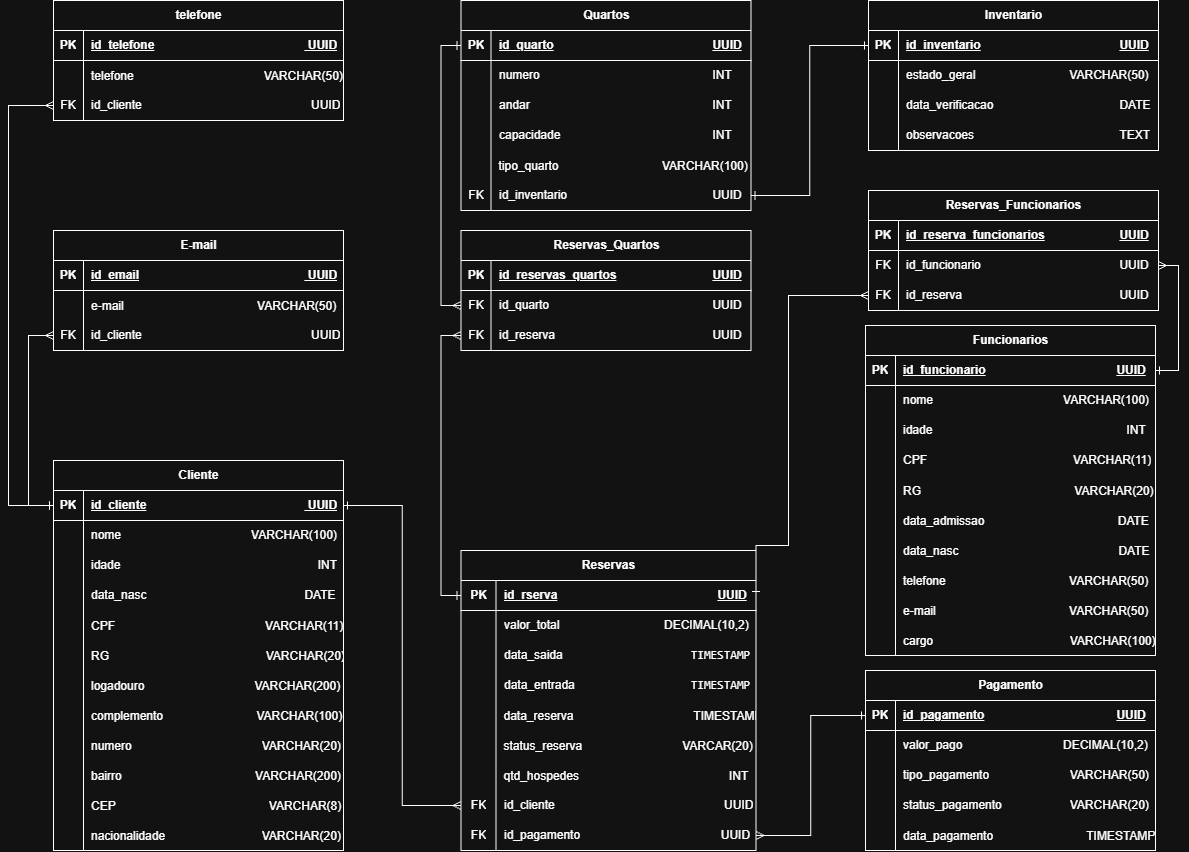
Before: 03-modelagem-logica/Modelagem_logica_sistema_reserva_hotel.drawio.png, a diagram exported from draw.io (Kaua-Gl/Modelagem-completa-Sistema-de-Reservas-de-Hotel-PostgreSQL-). Source tidied: cells renumbered, new cells last; positions are measured from the earlier drawing's top-left corner, leaving out a move shared by most shapes.
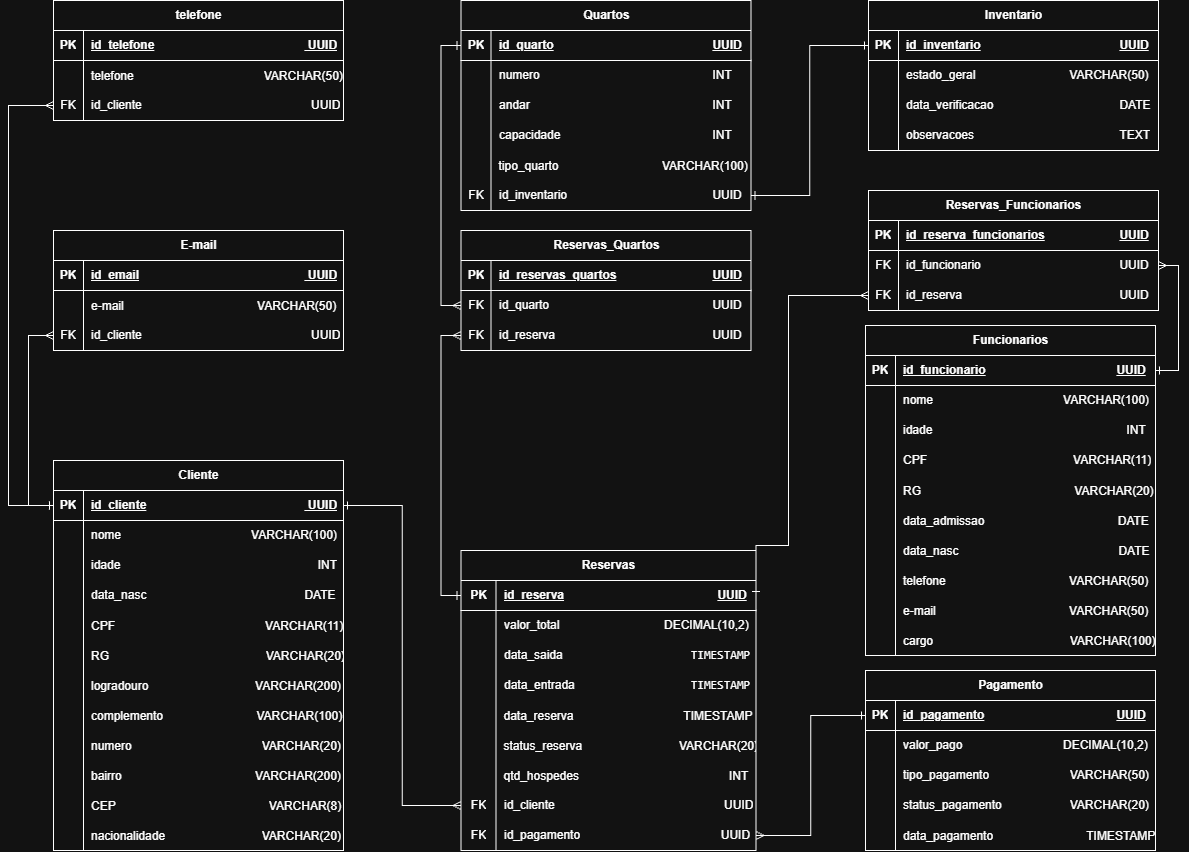
After the commit.

Commit message:
Correção dos arquivos da modelagem logica do sistema

Diff of the diagram source:
```diff
@@ -65,7 +65,7 @@
     <mxCell id="22" style="shape=partialRectangle;fillColor=none;top=0;left=0;bottom=0;right=0;overflow=hidden;" parent="21" vertex="1">
       <mxGeometry width="30" height="30" as="geometry" />
     </mxCell>
-    <mxCell id="23" value="logadouro                                 VARCHAR(200)                                           " style="shape=partialRectangle;fillColor=none;top=0;left=0;bottom=0;right=0;align=left;spacingLeft=6;overflow=hidden;" parent="21" vertex="1">
+    <mxCell id="23" value="logradouro                                VARCHAR(200)                                           " style="shape=partialRectangle;fillColor=none;top=0;left=0;bottom=0;right=0;align=left;spacingLeft=6;overflow=hidden;" parent="21" vertex="1">
       <mxGeometry x="30" width="260" height="30" as="geometry" />
     </mxCell>
     <mxCell id="24" style="shape=tableRow;horizontal=0;startSize=0;swimlaneHead=0;swimlaneBody=0;fillColor=none;top=0;left=0;right=0;bottom=0;" parent="2" vertex="1">
@@ -122,7 +122,7 @@
     <mxCell id="41" value="PK" style="shape=partialRectangle;fillColor=none;top=0;left=0;bottom=0;right=0;fontStyle=1;overflow=hidden;whiteSpace=wrap;html=1;" parent="40" vertex="1">
       <mxGeometry width="35" height="30" as="geometry" />
     </mxCell>
-    <mxCell id="42" value="id_rserva&lt;span style=&quot;white-space: pre;&quot;&gt;&#9;&lt;/span&gt;&lt;span style=&quot;white-space: pre;&quot;&gt;&#9;&lt;/span&gt;&lt;span style=&quot;white-space: pre;&quot;&gt;&#9;&lt;/span&gt;&lt;span style=&quot;white-space: pre;&quot;&gt;&#9;&lt;/span&gt;&lt;span style=&quot;white-space: pre;&quot;&gt;&#9;&lt;/span&gt;&lt;span style=&quot;white-space: pre;&quot;&gt;&#9;&lt;/span&gt;UUID" style="shape=partialRectangle;fillColor=none;top=0;left=0;bottom=0;right=0;align=left;spacingLeft=6;fontStyle=5;overflow=hidden;whiteSpace=wrap;html=1;" parent="40" vertex="1">
+    <mxCell id="42" value="id_reserva&lt;span style=&quot;white-space: pre;&quot;&gt;&#9;&lt;/span&gt;&lt;span style=&quot;white-space: pre;&quot;&gt;&#9;&lt;/span&gt;&lt;span style=&quot;white-space: pre;&quot;&gt;&#9;&lt;/span&gt;&lt;span style=&quot;white-space: pre;&quot;&gt;&#9;&lt;/span&gt;&lt;span style=&quot;white-space: pre;&quot;&gt;&#9;&lt;/span&gt;&lt;span style=&quot;white-space: pre;&quot;&gt;&#9;&lt;/span&gt;UUID" style="shape=partialRectangle;fillColor=none;top=0;left=0;bottom=0;right=0;align=left;spacingLeft=6;fontStyle=5;overflow=hidden;whiteSpace=wrap;html=1;" parent="40" vertex="1">
       <mxGeometry x="35" width="260" height="30" as="geometry" />
     </mxCell>
     <mxCell id="43" style="shape=tableRow;horizontal=0;startSize=0;swimlaneHead=0;swimlaneBody=0;fillColor=none;top=0;left=0;right=0;bottom=0;" parent="39" vertex="1">
@@ -158,7 +158,7 @@
     <mxCell id="53" style="shape=partialRectangle;fillColor=none;top=0;left=0;bottom=0;right=0;overflow=hidden;" parent="52" vertex="1">
       <mxGeometry width="35" height="30" as="geometry" />
     </mxCell>
-    <mxCell id="54" value="data_reserva                                    TIMESTAMP" style="shape=partialRectangle;fillColor=none;top=0;left=0;bottom=0;right=0;align=left;spacingLeft=6;overflow=hidden;" parent="52" vertex="1">
+    <mxCell id="54" value="data_reserva                                 TIMESTAMP" style="shape=partialRectangle;fillColor=none;top=0;left=0;bottom=0;right=0;align=left;spacingLeft=6;overflow=hidden;" parent="52" vertex="1">
       <mxGeometry x="35" width="260" height="30" as="geometry" />
     </mxCell>
     <mxCell id="55" style="shape=tableRow;horizontal=0;startSize=0;swimlaneHead=0;swimlaneBody=0;fillColor=none;top=0;left=0;right=0;bottom=0;" parent="39" vertex="1">
@@ -167,7 +167,7 @@
     <mxCell id="56" style="shape=partialRectangle;fillColor=none;top=0;left=0;bottom=0;right=0;overflow=hidden;" parent="55" vertex="1">
       <mxGeometry width="35" height="30" as="geometry" />
     </mxCell>
-    <mxCell id="57" value="status_reserva                              VARCAR(20)" style="shape=partialRectangle;fillColor=none;top=0;left=0;bottom=0;right=0;align=left;spacingLeft=6;overflow=hidden;" parent="55" vertex="1">
+    <mxCell id="57" value="status_reserva                             VARCHAR(20)" style="shape=partialRectangle;fillColor=none;top=0;left=0;bottom=0;right=0;align=left;spacingLeft=6;overflow=hidden;" parent="55" vertex="1">
       <mxGeometry x="35" width="260" height="30" as="geometry" />
     </mxCell>
     <mxCell id="58" style="shape=tableRow;horizontal=0;startSize=0;swimlaneHead=0;swimlaneBody=0;fillColor=none;top=0;left=0;right=0;bottom=0;" parent="39" vertex="1">
```
